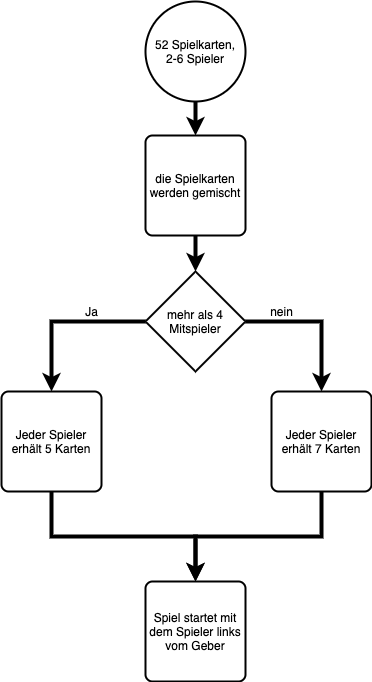
The draw.io diagram documentation/spielstart.drawio.png in larsgilles/GoFishCore, before a commit. Source tidied: cells renumbered, new cells last; positions are measured from the earlier drawing's top-left corner, leaving out a move shared by most shapes. Its diagram source:
```xml
<mxGraphModel>
  <root>
    <mxCell id="0" />
    <mxCell id="1" parent="0" />
    <mxCell id="2" style="edgeStyle=orthogonalEdgeStyle;rounded=0;jettySize=auto;html=1;strokeWidth=4;" parent="1" edge="1" source="3" target="14">
      <mxGeometry relative="1" as="geometry" />
    </mxCell>
    <mxCell id="3" value="52 Spielkarten,&lt;br&gt;2-6 Spieler" style="strokeWidth=2;html=1;shape=mxgraph.flowchart.start_2;whiteSpace=wrap;" parent="1" vertex="1">
      <mxGeometry x="144" width="100" height="100" as="geometry" />
    </mxCell>
    <mxCell id="4" style="edgeStyle=orthogonalEdgeStyle;rounded=0;jettySize=auto;html=1;entryX=0.5;entryY=0;entryDx=0;entryDy=0;strokeWidth=4;" parent="1" edge="1" source="6" target="8">
      <mxGeometry relative="1" as="geometry" />
    </mxCell>
    <mxCell id="5" style="edgeStyle=orthogonalEdgeStyle;rounded=0;jettySize=auto;html=1;entryX=0.5;entryY=0;entryDx=0;entryDy=0;strokeWidth=4;" parent="1" edge="1" source="6" target="10">
      <mxGeometry relative="1" as="geometry" />
    </mxCell>
    <mxCell id="6" value="mehr als 4 Mitspieler" style="strokeWidth=2;html=1;shape=mxgraph.flowchart.decision;whiteSpace=wrap;" parent="1" vertex="1">
      <mxGeometry x="144" y="270" width="100" height="100" as="geometry" />
    </mxCell>
    <mxCell id="7" style="edgeStyle=orthogonalEdgeStyle;rounded=0;jettySize=auto;html=1;entryX=0.5;entryY=0;entryDx=0;entryDy=0;strokeWidth=4;exitX=0.5;exitY=1;exitDx=0;exitDy=0;" parent="1" edge="1" source="8" target="15">
      <mxGeometry relative="1" as="geometry" />
    </mxCell>
    <mxCell id="8" value="Jeder Spieler erhält 5 Karten" style="rounded=1;whiteSpace=wrap;html=1;absoluteArcSize=1;arcSize=14;strokeWidth=2;" parent="1" vertex="1">
      <mxGeometry y="390" width="100" height="100" as="geometry" />
    </mxCell>
    <mxCell id="9" style="edgeStyle=orthogonalEdgeStyle;rounded=0;jettySize=auto;html=1;entryX=0.5;entryY=0;entryDx=0;entryDy=0;strokeWidth=4;exitX=0.5;exitY=1;exitDx=0;exitDy=0;" parent="1" edge="1" source="10" target="15">
      <mxGeometry relative="1" as="geometry" />
    </mxCell>
    <mxCell id="10" value="Jeder Spieler erhält 7 Karten" style="rounded=1;whiteSpace=wrap;html=1;absoluteArcSize=1;arcSize=14;strokeWidth=2;" parent="1" vertex="1">
      <mxGeometry x="270" y="390" width="100" height="100" as="geometry" />
    </mxCell>
    <mxCell id="11" value="Ja" style="text;html=1;align=center;verticalAlign=middle;strokeColor=none;" parent="1" vertex="1">
      <mxGeometry x="75" y="300" width="30" height="20" as="geometry" />
    </mxCell>
    <mxCell id="12" value="nein" style="text;html=1;align=center;verticalAlign=middle;strokeColor=none;" parent="1" vertex="1">
      <mxGeometry x="260" y="300" width="40" height="20" as="geometry" />
    </mxCell>
    <mxCell id="13" style="edgeStyle=orthogonalEdgeStyle;rounded=0;jettySize=auto;html=1;strokeWidth=4;" parent="1" edge="1" source="14" target="6">
      <mxGeometry relative="1" as="geometry" />
    </mxCell>
    <mxCell id="14" value="die Spielkarten werden gemischt" style="rounded=1;whiteSpace=wrap;html=1;absoluteArcSize=1;arcSize=14;strokeWidth=2;" parent="1" vertex="1">
      <mxGeometry x="144" y="134" width="100" height="100" as="geometry" />
    </mxCell>
    <mxCell id="15" value="Spiel startet mit dem Spieler links vom Geber" style="rounded=1;whiteSpace=wrap;html=1;absoluteArcSize=1;arcSize=14;strokeWidth=2;" parent="1" vertex="1">
      <mxGeometry x="144" y="580" width="100" height="100" as="geometry" />
    </mxCell>
  </root>
</mxGraphModel>
```
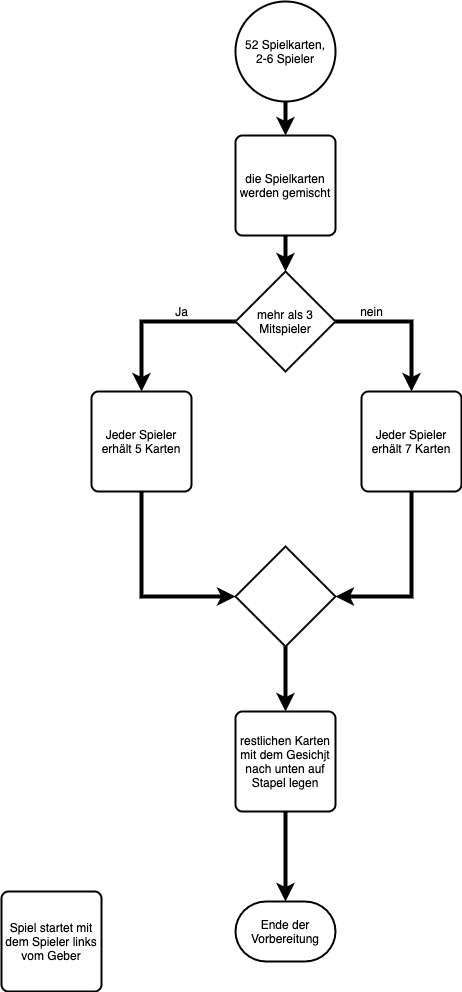
Above is the later version.

Commit message:
ende Video 1

Diff of the diagram source:
```diff
@@ -14,16 +14,16 @@
     <mxCell id="5" style="edgeStyle=orthogonalEdgeStyle;rounded=0;jettySize=auto;html=1;entryX=0.5;entryY=0;entryDx=0;entryDy=0;strokeWidth=4;" parent="1" edge="1" source="6" target="10">
       <mxGeometry relative="1" as="geometry" />
     </mxCell>
-    <mxCell id="6" value="mehr als 4 Mitspieler" style="strokeWidth=2;html=1;shape=mxgraph.flowchart.decision;whiteSpace=wrap;" parent="1" vertex="1">
+    <mxCell id="6" value="mehr als 3 Mitspieler" style="strokeWidth=2;html=1;shape=mxgraph.flowchart.decision;whiteSpace=wrap;" parent="1" vertex="1">
       <mxGeometry x="144" y="270" width="100" height="100" as="geometry" />
     </mxCell>
-    <mxCell id="7" style="edgeStyle=orthogonalEdgeStyle;rounded=0;jettySize=auto;html=1;entryX=0.5;entryY=0;entryDx=0;entryDy=0;strokeWidth=4;exitX=0.5;exitY=1;exitDx=0;exitDy=0;" parent="1" edge="1" source="8" target="15">
+    <mxCell id="7" style="edgeStyle=orthogonalEdgeStyle;rounded=0;jettySize=auto;html=1;entryX=0;entryY=0.5;entryDx=0;entryDy=0;strokeWidth=4;exitX=0.5;exitY=1;exitDx=0;exitDy=0;entryPerimeter=0;" parent="1" edge="1" source="8" target="17">
       <mxGeometry relative="1" as="geometry" />
     </mxCell>
     <mxCell id="8" value="Jeder Spieler erhält 5 Karten" style="rounded=1;whiteSpace=wrap;html=1;absoluteArcSize=1;arcSize=14;strokeWidth=2;" parent="1" vertex="1">
       <mxGeometry y="390" width="100" height="100" as="geometry" />
     </mxCell>
-    <mxCell id="9" style="edgeStyle=orthogonalEdgeStyle;rounded=0;jettySize=auto;html=1;entryX=0.5;entryY=0;entryDx=0;entryDy=0;strokeWidth=4;exitX=0.5;exitY=1;exitDx=0;exitDy=0;" parent="1" edge="1" source="10" target="15">
+    <mxCell id="9" style="edgeStyle=orthogonalEdgeStyle;rounded=0;jettySize=auto;html=1;entryX=1;entryY=0.5;entryDx=0;entryDy=0;strokeWidth=4;exitX=0.5;exitY=1;exitDx=0;exitDy=0;entryPerimeter=0;" parent="1" edge="1" source="10" target="17">
       <mxGeometry relative="1" as="geometry" />
     </mxCell>
     <mxCell id="10" value="Jeder Spieler erhält 7 Karten" style="rounded=1;whiteSpace=wrap;html=1;absoluteArcSize=1;arcSize=14;strokeWidth=2;" parent="1" vertex="1">
@@ -42,7 +42,22 @@
       <mxGeometry x="144" y="134" width="100" height="100" as="geometry" />
     </mxCell>
     <mxCell id="15" value="Spiel startet mit dem Spieler links vom Geber" style="rounded=1;whiteSpace=wrap;html=1;absoluteArcSize=1;arcSize=14;strokeWidth=2;" parent="1" vertex="1">
-      <mxGeometry x="144" y="580" width="100" height="100" as="geometry" />
+      <mxGeometry x="-90" y="890" width="100" height="100" as="geometry" />
     </mxCell>
+    <mxCell id="16" style="edgeStyle=orthogonalEdgeStyle;rounded=0;jettySize=auto;html=1;strokeWidth=4;" parent="1" edge="1" source="17" target="19">
+      <mxGeometry relative="1" as="geometry" />
+    </mxCell>
+    <mxCell id="17" style="strokeWidth=2;html=1;shape=mxgraph.flowchart.decision;whiteSpace=wrap;" parent="1" vertex="1">
+      <mxGeometry x="144" y="545" width="100" height="100" as="geometry" />
+    </mxCell>
+    <mxCell id="18" style="edgeStyle=orthogonalEdgeStyle;rounded=0;jettySize=auto;html=1;strokeWidth=4;" parent="1" edge="1" source="19" target="20">
+      <mxGeometry relative="1" as="geometry" />
+    </mxCell>
+    <mxCell id="19" value="restlichen Karten mit dem Gesichjt nach unten auf Stapel legen" style="rounded=1;whiteSpace=wrap;html=1;absoluteArcSize=1;arcSize=14;strokeWidth=2;" parent="1" vertex="1">
+      <mxGeometry x="144" y="710" width="100" height="100" as="geometry" />
+    </mxCell>
+    <mxCell id="20" value="Ende der Vorbereitung" style="strokeWidth=2;html=1;shape=mxgraph.flowchart.terminator;whiteSpace=wrap;" parent="1" vertex="1">
+      <mxGeometry x="144" y="900" width="100" height="60" as="geometry" />
+    </mxCell>
   </root>
 </mxGraphModel>
```
